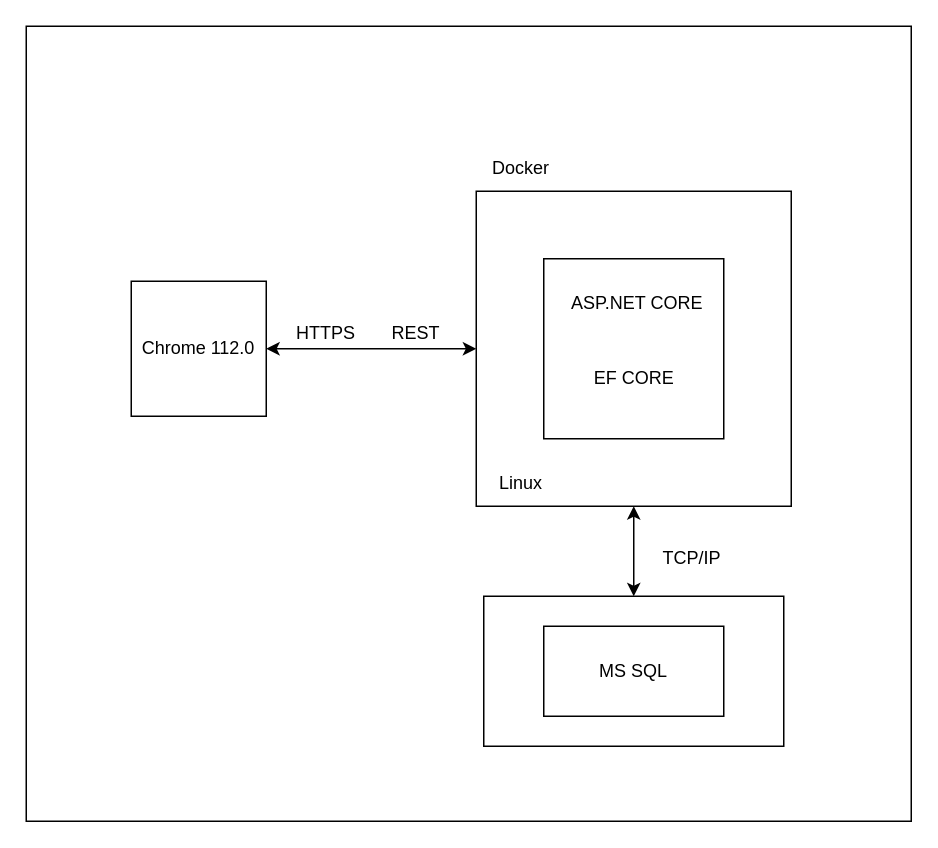
The draw.io diagram appWEB.drawio in jk2911/diplom, before the edit. Source tidied: cells renumbered, new cells numbered last; positions are measured from the earlier drawing's top-left corner, leaving out a move shared by most shapes. Both pictures are drawn from the tidied source at 150%, with x=0, y=0 at pixel (26, 26).
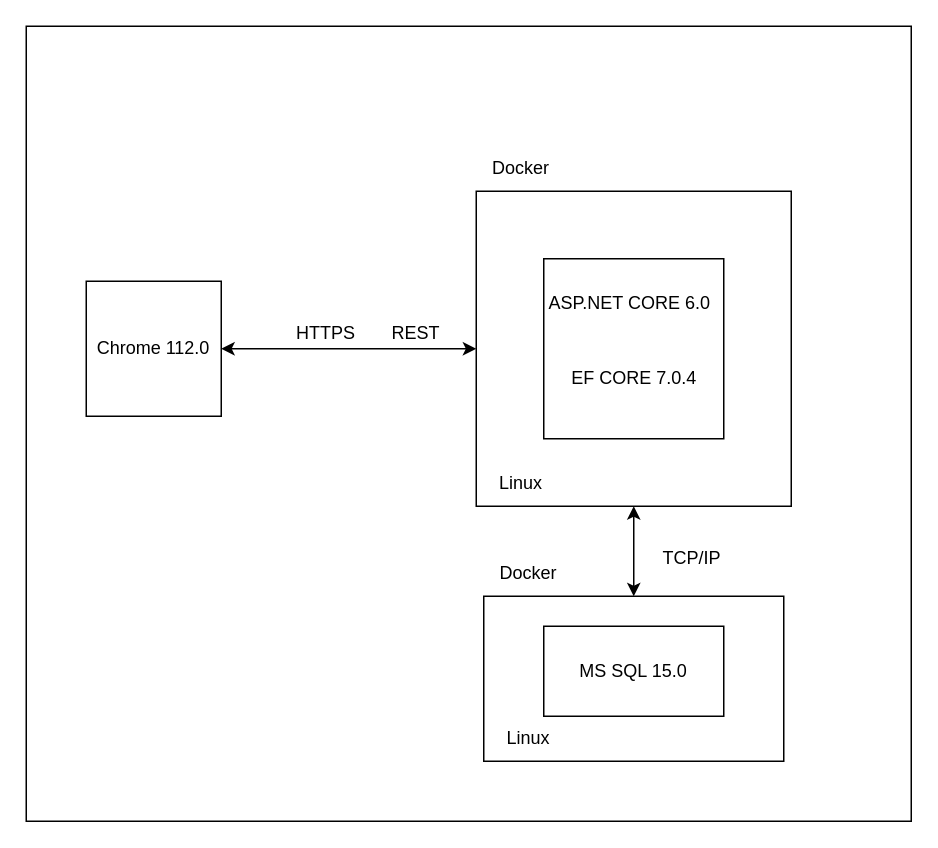
The same diagram, later.

The edit, as a diff of the source:
```diff
@@
 <mxGraphModel>
   <root>
     <mxCell id="0" />
     <mxCell id="1" parent="0" />
     <mxCell id="2" style="rounded=0;whiteSpace=wrap;html=1;" parent="1" vertex="1">
       <mxGeometry width="590" height="530" as="geometry" />
     </mxCell>
     <mxCell id="3" value="Chrome 112.0" style="whiteSpace=wrap;html=1;" parent="1" vertex="1">
-      <mxGeometry x="70" y="170" width="90" height="90" as="geometry" />
+      <mxGeometry x="40" y="170" width="90" height="90" as="geometry" />
     </mxCell>
     <mxCell id="4" style="whiteSpace=wrap;html=1;" parent="1" vertex="1">
       <mxGeometry x="300" y="110" width="210" height="210" as="geometry" />
     </mxCell>
     <mxCell id="5" value="Docker" style="text;html=1;strokeColor=none;fillColor=none;align=center;verticalAlign=middle;whiteSpace=wrap;rounded=0;" parent="1" vertex="1">
       <mxGeometry x="300" y="80" width="60" height="30" as="geometry" />
     </mxCell>
     <mxCell id="6" style="whiteSpace=wrap;html=1;" parent="1" vertex="1">
       <mxGeometry x="345" y="155" width="120" height="120" as="geometry" />
     </mxCell>
-    <mxCell id="7" value="ASP.NET CORE" style="text;html=1;strokeColor=none;fillColor=none;align=center;verticalAlign=middle;whiteSpace=wrap;rounded=0;" parent="1" vertex="1">
-      <mxGeometry x="360" y="170" width="95" height="30" as="geometry" />
+    <mxCell id="7" value="ASP.NET CORE 6.0" style="text;html=1;strokeColor=none;fillColor=none;align=center;verticalAlign=middle;whiteSpace=wrap;rounded=0;" parent="1" vertex="1">
+      <mxGeometry x="345" y="170" width="115" height="30" as="geometry" />
     </mxCell>
-    <mxCell id="8" value="EF CORE" style="text;html=1;strokeColor=none;fillColor=none;align=center;verticalAlign=middle;whiteSpace=wrap;rounded=0;" parent="1" vertex="1">
+    <mxCell id="8" value="EF CORE 7.0.4" style="text;html=1;strokeColor=none;fillColor=none;align=center;verticalAlign=middle;whiteSpace=wrap;rounded=0;" parent="1" vertex="1">
       <mxGeometry x="357.5" y="220" width="95" height="30" as="geometry" />
     </mxCell>
     <mxCell id="9" value="Linux" style="text;html=1;strokeColor=none;fillColor=none;align=center;verticalAlign=middle;whiteSpace=wrap;rounded=0;" parent="1" vertex="1">
       <mxGeometry x="300" y="290" width="60" height="30" as="geometry" />
     </mxCell>
     <mxCell id="10" style="rounded=0;whiteSpace=wrap;html=1;" parent="1" vertex="1">
-      <mxGeometry x="305" y="380" width="200" height="100" as="geometry" />
+      <mxGeometry x="305" y="380" width="200" height="110" as="geometry" />
     </mxCell>
-    <mxCell id="11" value="MS SQL" style="rounded=0;whiteSpace=wrap;html=1;" parent="1" vertex="1">
+    <mxCell id="11" value="MS SQL 15.0" style="rounded=0;whiteSpace=wrap;html=1;" parent="1" vertex="1">
       <mxGeometry x="345" y="400" width="120" height="60" as="geometry" />
     </mxCell>
     <mxCell id="12" style="endArrow=classic;startArrow=classic;html=1;rounded=0;exitX=1;exitY=0.5;exitDx=0;exitDy=0;entryX=0;entryY=0.5;entryDx=0;entryDy=0;" parent="1" edge="1" source="3" target="4">
       <mxGeometry relative="1" as="geometry" />
     </mxCell>
     <mxCell id="13" value="HTTPS" style="text;html=1;strokeColor=none;fillColor=none;align=center;verticalAlign=middle;whiteSpace=wrap;rounded=0;" parent="1" vertex="1">
       <mxGeometry x="170" y="190" width="60" height="30" as="geometry" />
     </mxCell>
     <mxCell id="14" value="REST" style="text;html=1;strokeColor=none;fillColor=none;align=center;verticalAlign=middle;whiteSpace=wrap;rounded=0;" parent="1" vertex="1">
       <mxGeometry x="230" y="190" width="60" height="30" as="geometry" />
     </mxCell>
     <mxCell id="15" style="endArrow=classic;startArrow=classic;html=1;rounded=0;entryX=0.5;entryY=1;entryDx=0;entryDy=0;exitX=0.5;exitY=0;exitDx=0;exitDy=0;" parent="1" edge="1" source="10" target="4">
       <mxGeometry relative="1" as="geometry" />
     </mxCell>
     <mxCell id="16" value="TCP/IP" style="text;html=1;strokeColor=none;fillColor=none;align=center;verticalAlign=middle;whiteSpace=wrap;rounded=0;" parent="1" vertex="1">
       <mxGeometry x="414" y="340" width="60" height="30" as="geometry" />
     </mxCell>
+    <mxCell id="17" value="Docker" style="text;html=1;strokeColor=none;fillColor=none;align=center;verticalAlign=middle;whiteSpace=wrap;rounded=0;" parent="1" vertex="1">
+      <mxGeometry x="305" y="350" width="60" height="30" as="geometry" />
+    </mxCell>
+    <mxCell id="18" value="Linux" style="text;html=1;strokeColor=none;fillColor=none;align=center;verticalAlign=middle;whiteSpace=wrap;rounded=0;" parent="1" vertex="1">
+      <mxGeometry x="305" y="460" width="60" height="30" as="geometry" />
+    </mxCell>
   </root>
 </mxGraphModel>
```
